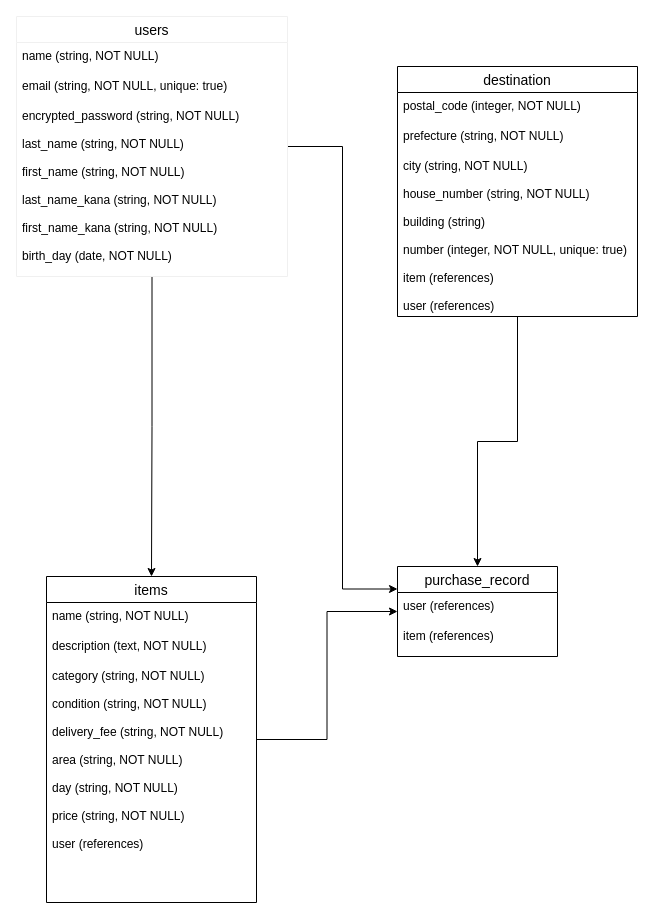
hadzuki89/furima-35955 keeps this draw.io diagram as furima-35955.dio. Above is the earlier version. Source tidied: cells renumbered, new cells numbered last; positions are measured from the earlier drawing's top-left corner, leaving out a move shared by most shapes. Both pictures are drawn from the tidied source at 100%, with x=0, y=0 at pixel (16, 16).
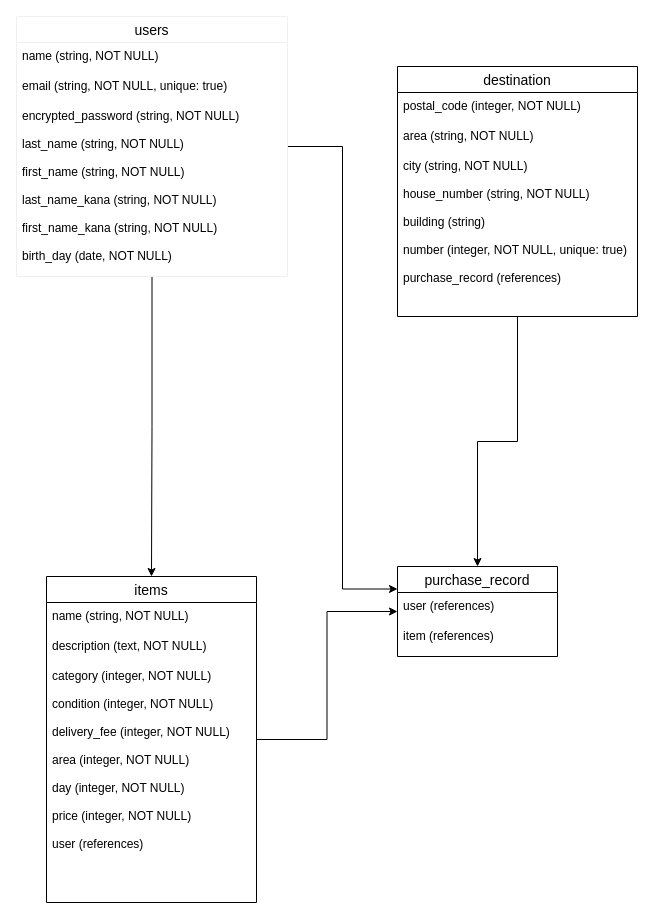
After the change.

Unchanged cells that the change refers to:
```xml
<mxCell id="9" value="items" style="swimlane;fontStyle=0;horizontal=1;startSize=26;align=center;fontSize=14;" parent="1" vertex="1">
  <mxGeometry x="30" y="560" width="210" height="326" as="geometry" />
</mxCell>
<mxCell id="17" value="destination" style="swimlane;fontStyle=0;horizontal=1;startSize=26;align=center;fontSize=14;" parent="1" vertex="1">
  <mxGeometry x="381" y="50" width="240" height="250" as="geometry" />
</mxCell>
```

The edit, as a diff of the source:
```diff
@@
-    <mxCell id="12" value="category (string, NOT NULL)&#10;&#10;condition (string, NOT NULL)&#10;&#10;delivery_fee (string, NOT NULL)&#10;&#10;area (string, NOT NULL)&#10;&#10;day (string, NOT NULL)&#10;&#10;price (string, NOT NULL)&#10;&#10;user (references)&#10;&#10;" style="text;strokeColor=none;fillColor=none;spacingLeft=4;spacingRight=4;overflow=hidden;fontSize=12;" parent="9" vertex="1">
+    <mxCell id="12" value="category (integer, NOT NULL)&#10;&#10;condition (integer, NOT NULL)&#10;&#10;delivery_fee (integer, NOT NULL)&#10;&#10;area (integer, NOT NULL)&#10;&#10;day (integer, NOT NULL)&#10;&#10;price (integer, NOT NULL)&#10;&#10;user (references)&#10;&#10;" style="text;strokeColor=none;fillColor=none;spacingLeft=4;spacingRight=4;overflow=hidden;fontSize=12;" parent="9" vertex="1">
       <mxGeometry y="86" width="210" height="240" as="geometry" />
     </mxCell>
@@
-    <mxCell id="19" value="prefecture (string, NOT NULL)&#10;" style="text;strokeColor=none;fillColor=none;spacingLeft=4;spacingRight=4;overflow=hidden;fontSize=12;" parent="17" vertex="1">
+    <mxCell id="19" value="area (string, NOT NULL)&#10;" style="text;strokeColor=none;fillColor=none;spacingLeft=4;spacingRight=4;overflow=hidden;fontSize=12;" parent="17" vertex="1">
       <mxGeometry y="56" width="240" height="30" as="geometry" />
     </mxCell>
-    <mxCell id="20" value="city (string, NOT NULL)&#10;&#10;house_number (string, NOT NULL)&#10;&#10;building (string)&#10;&#10;number (integer, NOT NULL, unique: true)&#10;&#10;item (references)&#10;&#10;user (references)" style="text;strokeColor=none;fillColor=none;spacingLeft=4;spacingRight=4;overflow=hidden;fontSize=12;" parent="17" vertex="1">
+    <mxCell id="20" value="city (string, NOT NULL)&#10;&#10;house_number (string, NOT NULL)&#10;&#10;building (string)&#10;&#10;number (integer, NOT NULL, unique: true)&#10;&#10;purchase_record (references)" style="text;strokeColor=none;fillColor=none;spacingLeft=4;spacingRight=4;overflow=hidden;fontSize=12;" parent="17" vertex="1">
       <mxGeometry y="86" width="240" height="164" as="geometry" />
     </mxCell>
```
